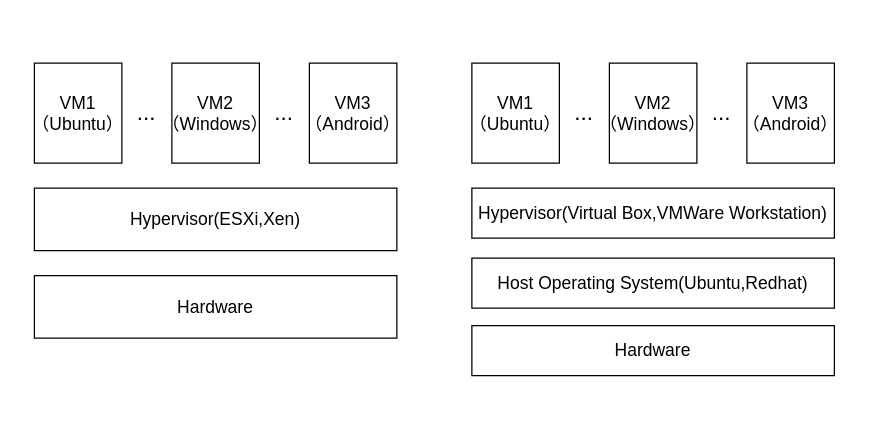
Earlier version of the draw.io diagram 3_4_virtualization.drawio (Icarus1994/neutron_conf). Source tidied: cells renumbered, new cells numbered last; positions are measured from the earlier drawing's top-left corner, leaving out a move shared by most shapes. Both pictures are drawn from the tidied source at 125%, with x=0, y=0 at pixel (34, 62).
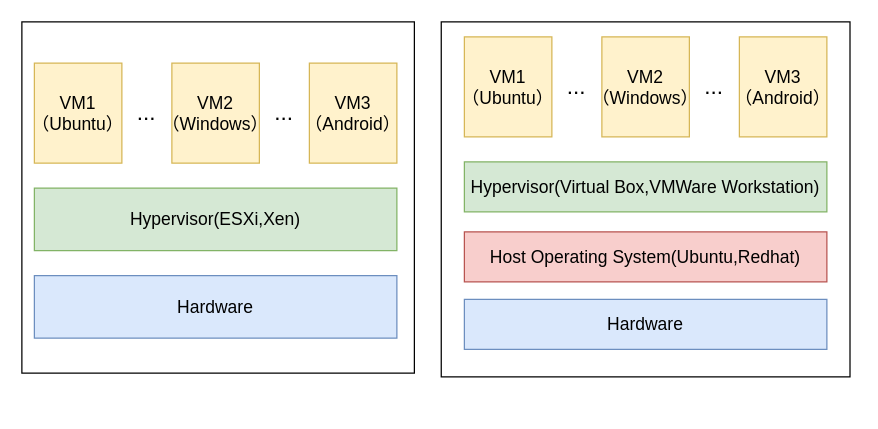
The same page after the edit.

The change refers to these unchanged cells:
```xml
<mxCell id="2" style="group;" parent="1" vertex="1">
  <mxGeometry width="290" height="220" as="geometry" />
</mxCell>
```

What changed in the source:
```diff
@@
+    <mxCell id="19" style="rounded=0;whiteSpace=wrap;html=1;" parent="1" vertex="1">
+      <mxGeometry x="-10" y="-33" width="314" height="281" as="geometry" />
+    </mxCell>
@@
-    <mxCell id="3" value="&lt;font style=&quot;font-size: 14px&quot;&gt;VM1&lt;br&gt;（Ubuntu）&lt;/font&gt;" style="rounded=0;whiteSpace=wrap;html=1;" parent="2" vertex="1">
+    <mxCell id="3" value="&lt;font style=&quot;font-size: 14px&quot;&gt;VM1&lt;br&gt;（Ubuntu）&lt;/font&gt;" style="rounded=0;whiteSpace=wrap;html=1;fillColor=#fff2cc;strokeColor=#d6b656;" parent="2" vertex="1">
       <mxGeometry width="70" height="80" as="geometry" />
     </mxCell>
-    <mxCell id="4" value="&lt;font style=&quot;font-size: 14px&quot;&gt;Hypervisor(ESXi,Xen)&lt;/font&gt;" style="rounded=0;whiteSpace=wrap;html=1;" parent="2" vertex="1">
+    <mxCell id="4" value="&lt;font style=&quot;font-size: 14px&quot;&gt;Hypervisor(ESXi,Xen)&lt;/font&gt;" style="rounded=0;whiteSpace=wrap;html=1;fillColor=#d5e8d4;strokeColor=#82b366;" parent="2" vertex="1">
       <mxGeometry y="100" width="290" height="50" as="geometry" />
     </mxCell>
-    <mxCell id="5" value="&lt;font style=&quot;font-size: 14px&quot;&gt;Hardware&lt;/font&gt;" style="rounded=0;whiteSpace=wrap;html=1;" parent="2" vertex="1">
+    <mxCell id="5" value="&lt;font style=&quot;font-size: 14px&quot;&gt;Hardware&lt;/font&gt;" style="rounded=0;whiteSpace=wrap;html=1;fillColor=#dae8fc;strokeColor=#6c8ebf;" parent="2" vertex="1">
       <mxGeometry y="170" width="290" height="50" as="geometry" />
     </mxCell>
-    <mxCell id="6" value="&lt;font style=&quot;font-size: 14px&quot;&gt;VM2&lt;br&gt;（Windows）&lt;/font&gt;" style="rounded=0;whiteSpace=wrap;html=1;" parent="2" vertex="1">
+    <mxCell id="6" value="&lt;font style=&quot;font-size: 14px&quot;&gt;VM2&lt;br&gt;（Windows）&lt;/font&gt;" style="rounded=0;whiteSpace=wrap;html=1;fillColor=#fff2cc;strokeColor=#d6b656;" parent="2" vertex="1">
       <mxGeometry x="110" width="70" height="80" as="geometry" />
     </mxCell>
-    <mxCell id="7" value="&lt;font style=&quot;font-size: 14px&quot;&gt;VM3&lt;br&gt;（Android）&lt;/font&gt;" style="rounded=0;whiteSpace=wrap;html=1;" parent="2" vertex="1">
+    <mxCell id="7" value="&lt;font style=&quot;font-size: 14px&quot;&gt;VM3&lt;br&gt;（Android）&lt;/font&gt;" style="rounded=0;whiteSpace=wrap;html=1;fillColor=#fff2cc;strokeColor=#d6b656;" parent="2" vertex="1">
       <mxGeometry x="220" width="70" height="80" as="geometry" />
     </mxCell>
@@
     <mxCell id="10" style="group;" parent="1" vertex="1">
-      <mxGeometry x="350" width="300" height="220" as="geometry" />
+      <mxGeometry x="344" y="-21" width="313" height="296" as="geometry" />
     </mxCell>
+    <mxCell id="20" style="rounded=0;whiteSpace=wrap;html=1;" parent="10" vertex="1">
+      <mxGeometry x="-18.5" y="-12" width="327" height="284" as="geometry" />
+    </mxCell>
-    <mxCell id="11" value="&lt;font style=&quot;font-size: 14px&quot;&gt;VM1&lt;br&gt;（Ubuntu）&lt;/font&gt;" style="rounded=0;whiteSpace=wrap;html=1;" parent="10" vertex="1">
+    <mxCell id="11" value="&lt;font style=&quot;font-size: 14px&quot;&gt;VM1&lt;br&gt;（Ubuntu）&lt;/font&gt;" style="rounded=0;whiteSpace=wrap;html=1;fillColor=#fff2cc;strokeColor=#d6b656;" parent="10" vertex="1">
       <mxGeometry width="70" height="80" as="geometry" />
     </mxCell>
-    <mxCell id="12" value="&lt;font style=&quot;font-size: 14px&quot;&gt;Hypervisor(Virtual Box,VMWare Workstation)&lt;/font&gt;" style="rounded=0;whiteSpace=wrap;html=1;" parent="10" vertex="1">
+    <mxCell id="12" value="&lt;font style=&quot;font-size: 14px&quot;&gt;Hypervisor(Virtual Box,VMWare Workstation)&lt;/font&gt;" style="rounded=0;whiteSpace=wrap;html=1;fillColor=#d5e8d4;strokeColor=#82b366;" parent="10" vertex="1">
       <mxGeometry y="100" width="290" height="40" as="geometry" />
     </mxCell>
@@
-    <mxCell id="15" value="&lt;font style=&quot;font-size: 14px&quot;&gt;Host Operating System(Ubuntu,Redhat)&lt;/font&gt;" style="rounded=0;whiteSpace=wrap;html=1;" parent="10" vertex="1">
+    <mxCell id="15" value="&lt;font style=&quot;font-size: 14px&quot;&gt;Host Operating System(Ubuntu,Redhat)&lt;/font&gt;" style="rounded=0;whiteSpace=wrap;html=1;fillColor=#f8cecc;strokeColor=#b85450;" parent="10" vertex="1">
       <mxGeometry y="156" width="290" height="40" as="geometry" />
     </mxCell>
-    <mxCell id="16" value="&lt;font style=&quot;font-size: 14px&quot;&gt;VM2&lt;br&gt;（Windows）&lt;/font&gt;" style="rounded=0;whiteSpace=wrap;html=1;" parent="10" vertex="1">
+    <mxCell id="16" value="&lt;font style=&quot;font-size: 14px&quot;&gt;VM2&lt;br&gt;（Windows）&lt;/font&gt;" style="rounded=0;whiteSpace=wrap;html=1;fillColor=#fff2cc;strokeColor=#d6b656;" parent="10" vertex="1">
       <mxGeometry x="110" width="70" height="80" as="geometry" />
     </mxCell>
-    <mxCell id="17" value="&lt;font style=&quot;font-size: 14px&quot;&gt;VM3&lt;br&gt;（Android）&lt;/font&gt;" style="rounded=0;whiteSpace=wrap;html=1;" parent="10" vertex="1">
+    <mxCell id="17" value="&lt;font style=&quot;font-size: 14px&quot;&gt;VM3&lt;br&gt;（Android）&lt;/font&gt;" style="rounded=0;whiteSpace=wrap;html=1;fillColor=#fff2cc;strokeColor=#d6b656;" parent="10" vertex="1">
       <mxGeometry x="220" width="70" height="80" as="geometry" />
     </mxCell>
-    <mxCell id="18" value="&lt;font style=&quot;font-size: 14px&quot;&gt;Hardware&lt;/font&gt;" style="rounded=0;whiteSpace=wrap;html=1;" parent="1" vertex="1">
-      <mxGeometry x="350" y="210" width="290" height="40" as="geometry" />
+    <mxCell id="18" value="&lt;font style=&quot;font-size: 14px&quot;&gt;Hardware&lt;/font&gt;" style="rounded=0;whiteSpace=wrap;html=1;fillColor=#dae8fc;strokeColor=#6c8ebf;" parent="10" vertex="1">
+      <mxGeometry y="210" width="290" height="40" as="geometry" />
     </mxCell>
```
